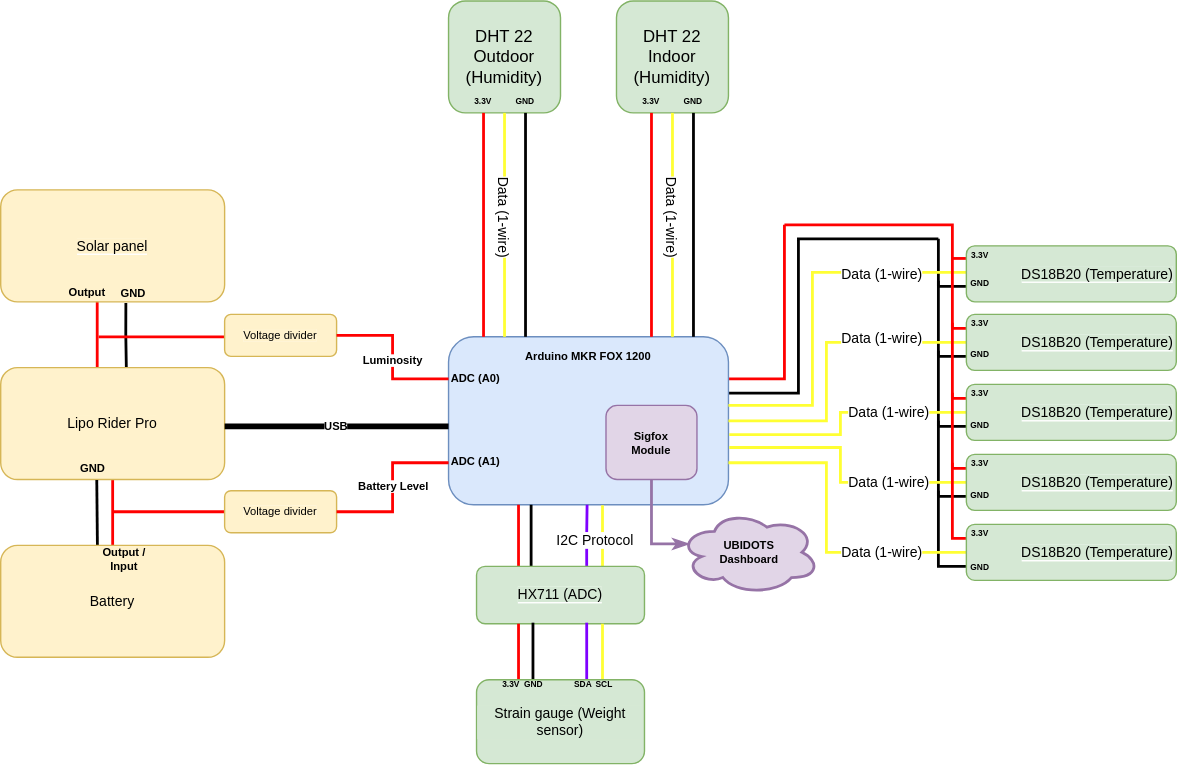
Earlier version of the draw.io export Documentation/Synoptique.svg (Ithoh/OpenRucheDLCB). Source tidied: cells renumbered, new cells last; positions are measured from the earlier drawing's top-left corner, leaving out a move shared by most shapes.
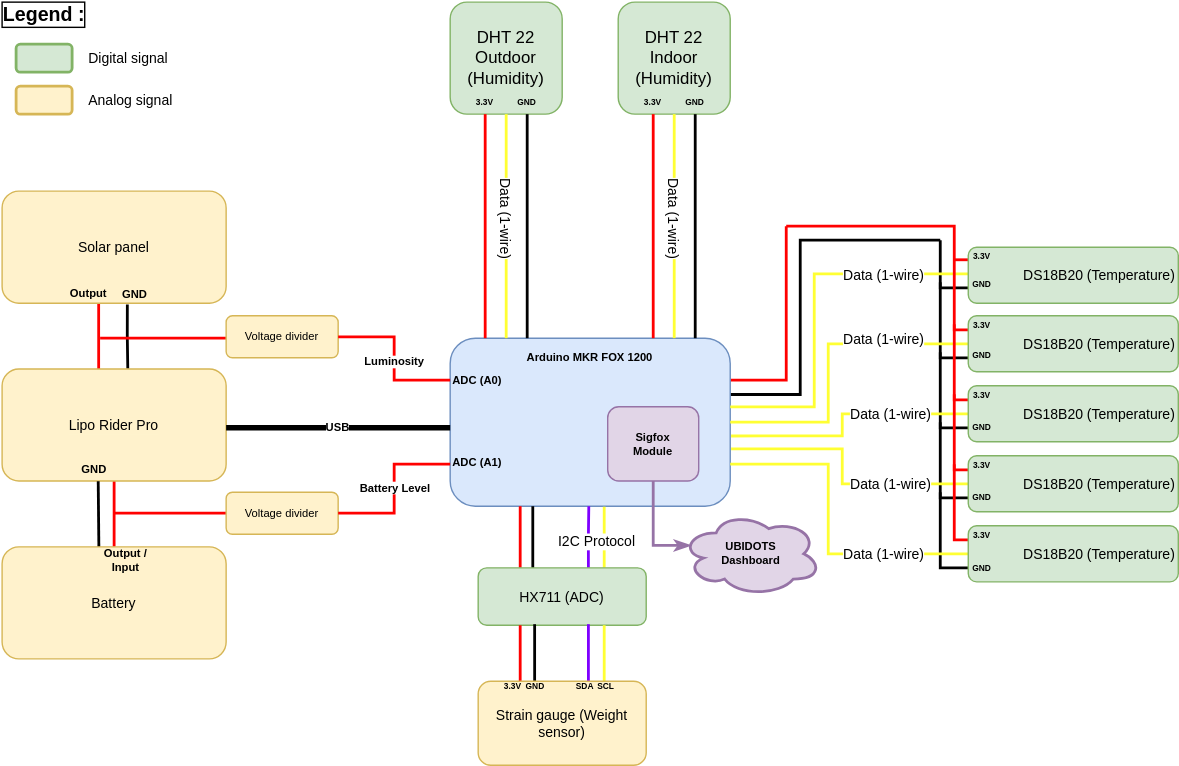
The same diagram one commit later.

Commit message:
Added legend to the schematic and modified some colors

What changed in the source:
```diff
@@ -109,7 +109,7 @@
         </Array>
       </mxGeometry>
     </mxCell>
-    <mxCell id="26" value="&lt;span style=&quot;background-color: rgb(213 , 232 , 212)&quot;&gt;DS18B20 (Temperature)&lt;/span&gt;" style="rounded=1;whiteSpace=wrap;html=1;labelBackgroundColor=default;fontSize=10;strokeColor=#82b366;align=right;fillColor=#d5e8d4;" parent="1" vertex="1">
+    <mxCell id="26" value="&lt;span style=&quot;&quot;&gt;DS18B20 (Temperature)&lt;/span&gt;" style="rounded=1;whiteSpace=wrap;html=1;labelBackgroundColor=none;fontSize=10;strokeColor=#82b366;align=right;fillColor=#d5e8d4;" parent="1" vertex="1">
       <mxGeometry x="690" y="224" width="150" height="40" as="geometry" />
     </mxCell>
     <mxCell id="27" style="edgeStyle=orthogonalEdgeStyle;rounded=0;jettySize=auto;html=1;exitX=0;exitY=0.25;exitDx=0;exitDy=0;fontSize=10;endArrow=none;endFill=0;strokeColor=#FF0000;strokeWidth=2;" parent="1" edge="1" source="30">
@@ -133,7 +133,7 @@
         </Array>
       </mxGeometry>
     </mxCell>
-    <mxCell id="30" value="&lt;span style=&quot;background-color: rgb(213 , 232 , 212)&quot;&gt;DS18B20 (Temperature)&lt;/span&gt;" style="rounded=1;whiteSpace=wrap;html=1;labelBackgroundColor=default;fontSize=10;strokeColor=#82b366;align=right;fillColor=#d5e8d4;" parent="1" vertex="1">
+    <mxCell id="30" value="&lt;span style=&quot;&quot;&gt;DS18B20 (Temperature)&lt;/span&gt;" style="rounded=1;whiteSpace=wrap;html=1;labelBackgroundColor=none;fontSize=10;strokeColor=#82b366;align=right;fillColor=#d5e8d4;" parent="1" vertex="1">
       <mxGeometry x="690" y="274" width="150" height="40" as="geometry" />
     </mxCell>
     <mxCell id="31" style="edgeStyle=orthogonalEdgeStyle;rounded=0;jettySize=auto;html=1;exitX=0;exitY=0.25;exitDx=0;exitDy=0;fontSize=10;endArrow=none;endFill=0;strokeColor=#FF0000;strokeWidth=2;" parent="1" edge="1" source="34">
@@ -157,7 +157,7 @@
         </Array>
       </mxGeometry>
     </mxCell>
-    <mxCell id="34" value="&lt;span style=&quot;background-color: rgb(213 , 232 , 212)&quot;&gt;DS18B20 (Temperature)&lt;/span&gt;" style="rounded=1;whiteSpace=wrap;html=1;labelBackgroundColor=default;fontSize=10;strokeColor=#82b366;align=right;fillColor=#d5e8d4;" parent="1" vertex="1">
+    <mxCell id="34" value="&lt;span style=&quot;&quot;&gt;DS18B20 (Temperature)&lt;/span&gt;" style="rounded=1;whiteSpace=wrap;html=1;labelBackgroundColor=none;fontSize=10;strokeColor=#82b366;align=right;fillColor=#d5e8d4;" parent="1" vertex="1">
       <mxGeometry x="690" y="324" width="150" height="40" as="geometry" />
     </mxCell>
     <mxCell id="35" style="edgeStyle=orthogonalEdgeStyle;rounded=0;jettySize=auto;html=1;exitX=0;exitY=0.25;exitDx=0;exitDy=0;fontSize=10;endArrow=none;endFill=0;strokeColor=#FF0000;strokeWidth=2;" parent="1" edge="1" source="38">
@@ -181,10 +181,10 @@
         </Array>
       </mxGeometry>
     </mxCell>
-    <mxCell id="38" value="&lt;span style=&quot;background-color: rgb(213 , 232 , 212)&quot;&gt;DS18B20 (Temperature)&lt;/span&gt;" style="rounded=1;whiteSpace=wrap;html=1;labelBackgroundColor=default;fontSize=10;strokeColor=#82b366;align=right;fillColor=#d5e8d4;" parent="1" vertex="1">
+    <mxCell id="38" value="&lt;span style=&quot;&quot;&gt;DS18B20 (Temperature)&lt;/span&gt;" style="rounded=1;whiteSpace=wrap;html=1;labelBackgroundColor=none;fontSize=10;strokeColor=#82b366;align=right;fillColor=#d5e8d4;" parent="1" vertex="1">
       <mxGeometry x="690" y="374" width="150" height="40" as="geometry" />
     </mxCell>
-    <mxCell id="39" value="&lt;span style=&quot;background-color: rgb(213 , 232 , 212) ; line-height: 0.7&quot;&gt;&lt;font style=&quot;font-size: 10px&quot;&gt;DS18B20 (Temperature)&lt;/font&gt;&lt;/span&gt;" style="rounded=1;whiteSpace=wrap;html=1;labelBackgroundColor=default;fontSize=10;strokeColor=#82b366;align=right;fillColor=#d5e8d4;" parent="1" vertex="1">
+    <mxCell id="39" value="&lt;span style=&quot;line-height: 0.7;&quot;&gt;&lt;font style=&quot;font-size: 10px&quot;&gt;DS18B20 (Temperature)&lt;/font&gt;&lt;/span&gt;" style="rounded=1;whiteSpace=wrap;html=1;labelBackgroundColor=none;fontSize=10;strokeColor=#82b366;align=right;fillColor=#d5e8d4;" parent="1" vertex="1">
       <mxGeometry x="690" y="175" width="150" height="40" as="geometry" />
     </mxCell>
     <mxCell id="40" value="&lt;font style=&quot;font-size: 6px ; line-height: 0.8&quot;&gt;&lt;b&gt;3.3V&lt;/b&gt;&lt;/font&gt;" style="text;html=1;strokeColor=none;fillColor=none;align=center;verticalAlign=middle;whiteSpace=wrap;rounded=0;" parent="1" vertex="1">
@@ -248,7 +248,7 @@
         <mxPoint x="419" y="360" as="targetPoint" />
       </mxGeometry>
     </mxCell>
-    <mxCell id="59" value="&lt;span style=&quot;background-color: rgb(213 , 232 , 212)&quot;&gt;HX711 (ADC)&lt;br&gt;&lt;/span&gt;" style="rounded=1;whiteSpace=wrap;html=1;labelBackgroundColor=#FFFFFF;fontSize=10;strokeColor=#82b366;fillColor=#d5e8d4;align=center;" parent="1" vertex="1">
+    <mxCell id="59" value="&lt;span style=&quot;&quot;&gt;HX711 (ADC)&lt;br&gt;&lt;/span&gt;" style="rounded=1;whiteSpace=wrap;html=1;labelBackgroundColor=none;fontSize=10;strokeColor=#82b366;fillColor=#d5e8d4;align=center;" parent="1" vertex="1">
       <mxGeometry x="340" y="404" width="120" height="41" as="geometry" />
     </mxCell>
     <mxCell id="60" style="edgeStyle=orthogonalEdgeStyle;rounded=0;jettySize=auto;html=1;exitX=0.25;exitY=0;exitDx=0;exitDy=0;entryX=0.25;entryY=1;entryDx=0;entryDy=0;fontSize=10;fontColor=#000000;endArrow=none;endFill=0;strokeColor=#FF0000;strokeWidth=2;" parent="1" edge="1" source="64" target="59">
@@ -263,7 +263,7 @@
     <mxCell id="63" style="edgeStyle=orthogonalEdgeStyle;rounded=0;jettySize=auto;html=1;exitX=0.75;exitY=0;exitDx=0;exitDy=0;entryX=0.75;entryY=1;entryDx=0;entryDy=0;fontSize=10;fontColor=#000000;endArrow=none;endFill=0;strokeColor=#FFFF33;strokeWidth=2;" parent="1" edge="1" source="64" target="59">
       <mxGeometry relative="1" as="geometry" />
     </mxCell>
-    <mxCell id="64" value="Strain gauge (Weight sensor)" style="rounded=1;whiteSpace=wrap;html=1;labelBackgroundColor=#D5E8D4;fontSize=10;strokeColor=#82b366;fillColor=#d5e8d4;align=center;" parent="1" vertex="1">
+    <mxCell id="64" value="&lt;span style=&quot;&quot;&gt;Strain gauge (Weight sensor)&lt;/span&gt;" style="rounded=1;whiteSpace=wrap;html=1;labelBackgroundColor=none;fontSize=10;strokeColor=#d6b656;fillColor=#fff2cc;align=center;" parent="1" vertex="1">
       <mxGeometry x="340" y="485" width="120" height="60" as="geometry" />
     </mxCell>
     <mxCell id="65" value="&lt;font style=&quot;font-size: 6px ; line-height: 0.8&quot;&gt;&lt;b&gt;3.3V&lt;/b&gt;&lt;/font&gt;" style="text;html=1;strokeColor=none;fillColor=none;align=center;verticalAlign=middle;whiteSpace=wrap;rounded=0;" parent="1" vertex="1">
@@ -287,7 +287,7 @@
     <mxCell id="71" style="edgeStyle=orthogonalEdgeStyle;rounded=0;jettySize=auto;html=1;exitX=0.559;exitY=1.011;exitDx=0;exitDy=0;entryX=0.561;entryY=-0.002;entryDx=0;entryDy=0;fontSize=10;fontColor=#000000;endArrow=none;endFill=0;strokeColor=#000000;strokeWidth=2;exitPerimeter=0;entryPerimeter=0;" parent="1" edge="1" source="72" target="74">
       <mxGeometry relative="1" as="geometry" />
     </mxCell>
-    <mxCell id="72" value="&lt;span style=&quot;background-color: rgb(255 , 242 , 204)&quot;&gt;Solar panel&lt;/span&gt;" style="rounded=1;whiteSpace=wrap;html=1;labelBackgroundColor=default;fontSize=10;strokeColor=#d6b656;fillColor=#fff2cc;align=center;" parent="1" vertex="1">
+    <mxCell id="72" value="&lt;span style=&quot;&quot;&gt;Solar panel&lt;/span&gt;" style="rounded=1;whiteSpace=wrap;html=1;labelBackgroundColor=none;fontSize=10;strokeColor=#d6b656;fillColor=#fff2cc;align=center;" parent="1" vertex="1">
       <mxGeometry y="135" width="160" height="80" as="geometry" />
     </mxCell>
     <mxCell id="73" style="edgeStyle=none;rounded=0;jettySize=auto;html=1;exitX=0.5;exitY=1;exitDx=0;exitDy=0;entryX=0.5;entryY=0;entryDx=0;entryDy=0;fontSize=8;fontColor=#000000;endArrow=none;endFill=0;strokeColor=#FF0000;strokeWidth=2;" parent="1" edge="1" source="74" target="76">
@@ -319,7 +319,7 @@
         <mxPoint x="70" y="240" as="sourcePoint" />
       </mxGeometry>
     </mxCell>
-    <mxCell id="82" value="&lt;span style=&quot;background-color: rgb(255 , 242 , 204)&quot;&gt;Voltage divider&lt;/span&gt;" style="rounded=1;whiteSpace=wrap;html=1;labelBackgroundColor=#FFFFFF;fontSize=8;strokeColor=#d6b656;fillColor=#fff2cc;align=center;" parent="1" vertex="1">
+    <mxCell id="82" value="&lt;span style=&quot;&quot;&gt;Voltage divider&lt;/span&gt;" style="rounded=1;whiteSpace=wrap;html=1;labelBackgroundColor=none;fontSize=8;strokeColor=#d6b656;fillColor=#fff2cc;align=center;" parent="1" vertex="1">
       <mxGeometry x="160" y="224" width="80" height="30" as="geometry" />
     </mxCell>
     <mxCell id="83" style="endArrow=none;html=1;rounded=0;fontSize=8;fontColor=#000000;strokeColor=#FF0000;strokeWidth=2;exitX=1;exitY=0.5;exitDx=0;exitDy=0;entryX=0;entryY=0.25;entryDx=0;entryDy=0;" parent="1" edge="1" source="82" target="4">
@@ -347,7 +347,7 @@
         <mxPoint x="80" y="365" as="sourcePoint" />
       </mxGeometry>
     </mxCell>
-    <mxCell id="89" value="&lt;span style=&quot;background-color: rgb(255 , 242 , 204)&quot;&gt;Voltage divider&lt;/span&gt;" style="rounded=1;whiteSpace=wrap;html=1;labelBackgroundColor=#FFFFFF;fontSize=8;strokeColor=#d6b656;fillColor=#fff2cc;align=center;" parent="1" vertex="1">
+    <mxCell id="89" value="&lt;span style=&quot;&quot;&gt;Voltage divider&lt;/span&gt;" style="rounded=1;whiteSpace=wrap;html=1;labelBackgroundColor=none;fontSize=8;strokeColor=#d6b656;fillColor=#fff2cc;align=center;" parent="1" vertex="1">
       <mxGeometry x="160" y="350" width="80" height="30" as="geometry" />
     </mxCell>
     <mxCell id="90" style="endArrow=none;html=1;rounded=0;fontSize=8;fontColor=#000000;strokeColor=#FF0000;strokeWidth=2;exitX=1;exitY=0.5;exitDx=0;exitDy=0;entryX=0;entryY=0.75;entryDx=0;entryDy=0;" parent="1" edge="1" source="89" target="4">
@@ -384,5 +384,20 @@
         </Array>
       </mxGeometry>
     </mxCell>
+    <mxCell id="98" value="&lt;font style=&quot;font-size: 14px&quot;&gt;&lt;b&gt;Legend :&lt;/b&gt;&lt;/font&gt;" style="text;html=1;strokeColor=none;fillColor=none;align=left;verticalAlign=middle;whiteSpace=wrap;rounded=0;labelBackgroundColor=none;fontSize=8;fontColor=#000000;glass=0;labelBorderColor=#000000;strokeWidth=2;perimeterSpacing=0;spacing=0;spacingTop=-12;" parent="1" vertex="1">
+      <mxGeometry width="60" height="30" as="geometry" />
+    </mxCell>
+    <mxCell id="99" style="rounded=1;whiteSpace=wrap;html=1;glass=0;labelBackgroundColor=none;labelBorderColor=#000000;fontSize=14;strokeColor=#82b366;strokeWidth=2;fillColor=#d5e8d4;align=left;" parent="1" vertex="1">
+      <mxGeometry x="10" y="30" width="40" height="20" as="geometry" />
+    </mxCell>
+    <mxCell id="100" value="Digital signal" style="text;html=1;strokeColor=none;fillColor=none;align=left;verticalAlign=middle;whiteSpace=wrap;rounded=0;glass=0;labelBackgroundColor=none;labelBorderColor=none;fontSize=10;fontColor=#000000;" parent="1" vertex="1">
+      <mxGeometry x="60" y="35" width="70" height="10" as="geometry" />
+    </mxCell>
+    <mxCell id="101" style="rounded=1;whiteSpace=wrap;html=1;glass=0;labelBackgroundColor=none;labelBorderColor=#000000;fontSize=14;strokeColor=#d6b656;strokeWidth=2;fillColor=#fff2cc;align=left;" parent="1" vertex="1">
+      <mxGeometry x="10" y="60" width="40" height="20" as="geometry" />
+    </mxCell>
+    <mxCell id="102" value="Analog signal" style="text;html=1;strokeColor=none;fillColor=none;align=left;verticalAlign=middle;whiteSpace=wrap;rounded=0;glass=0;labelBackgroundColor=none;labelBorderColor=none;fontSize=10;fontColor=#000000;" parent="1" vertex="1">
+      <mxGeometry x="60" y="65" width="70" height="10" as="geometry" />
+    </mxCell>
   </root>
 </mxGraphModel>
```
